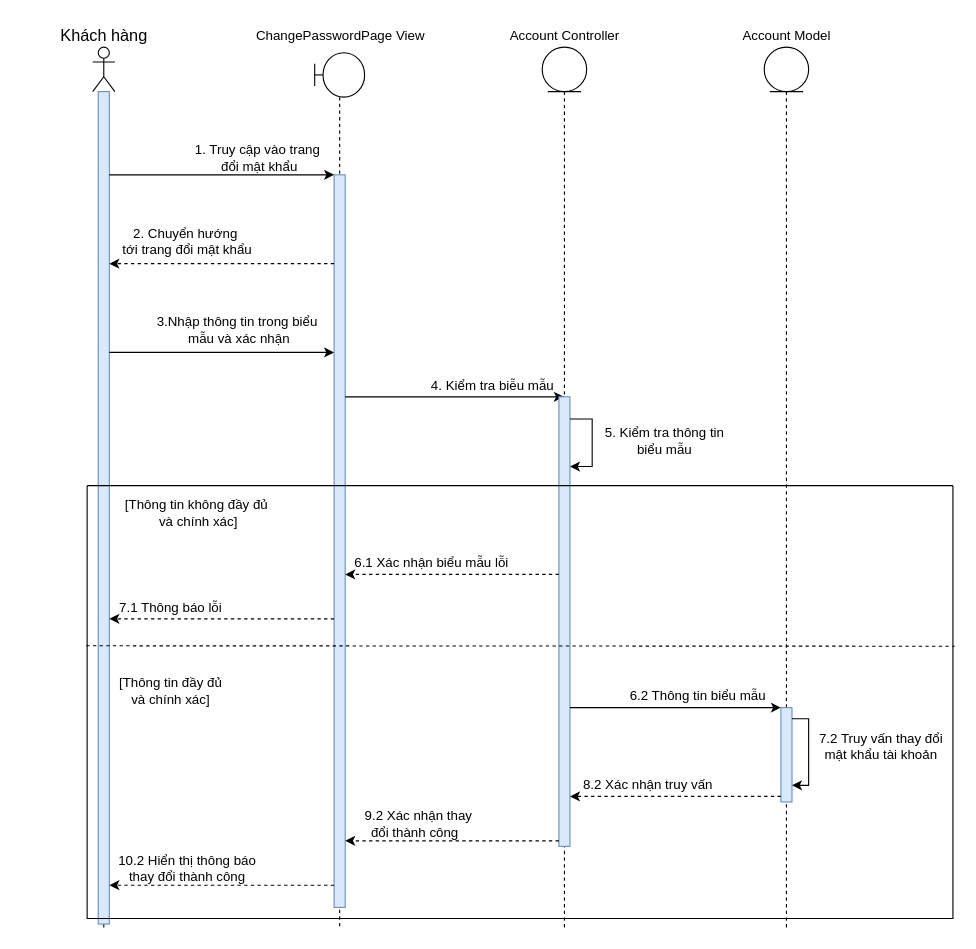
Earlier version of the draw.io diagram Nam3_HK1/CNPM_SoftTech/Sequence Diagrams/Linh Quân/SD_ĐổiMậtKhẩu.drawio (EdgarIgnite16/SGU-Course). Source tidied: cells renumbered, new cells numbered last; positions are measured from the earlier drawing's top-left corner, leaving out a move shared by most shapes. Both pictures are drawn from the tidied source at 111%, with x=0, y=0 at pixel (53, 19).
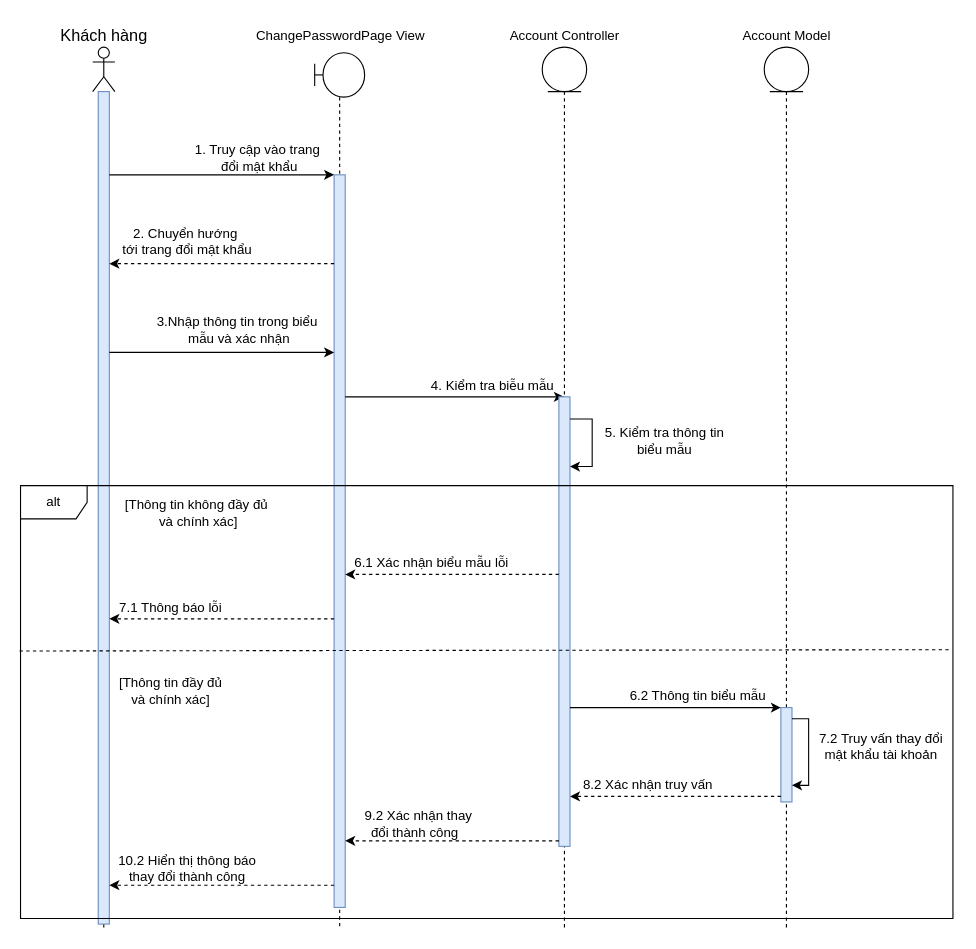
The same page after the edit.

The edit, as a diff of the source:
```diff
@@
-    <mxCell id="40" style="swimlane;startSize=0;" parent="1" vertex="1">
-      <mxGeometry x="30" y="420" width="780" height="390" as="geometry" />
-    </mxCell>
-    <mxCell id="41" style="endArrow=none;dashed=1;html=1;rounded=0;exitX=-0.001;exitY=0.37;exitDx=0;exitDy=0;exitPerimeter=0;entryX=1.002;entryY=0.371;entryDx=0;entryDy=0;entryPerimeter=0;" parent="1" edge="1" source="40" target="40">
-      <mxGeometry relative="1" as="geometry" />
-    </mxCell>
+    <mxCell id="42" value="alt" style="shape=umlFrame;whiteSpace=wrap;html=1;" parent="1" vertex="1">
+      <mxGeometry x="-30" y="420" width="840" height="390" as="geometry" />
+    </mxCell>
+    <mxCell id="43" style="endArrow=none;dashed=1;html=1;rounded=0;exitX=-0.001;exitY=0.382;exitDx=0;exitDy=0;exitPerimeter=0;entryX=0.999;entryY=0.379;entryDx=0;entryDy=0;entryPerimeter=0;" parent="1" edge="1" source="42" target="42">
+      <mxGeometry relative="1" as="geometry" />
+    </mxCell>
```
